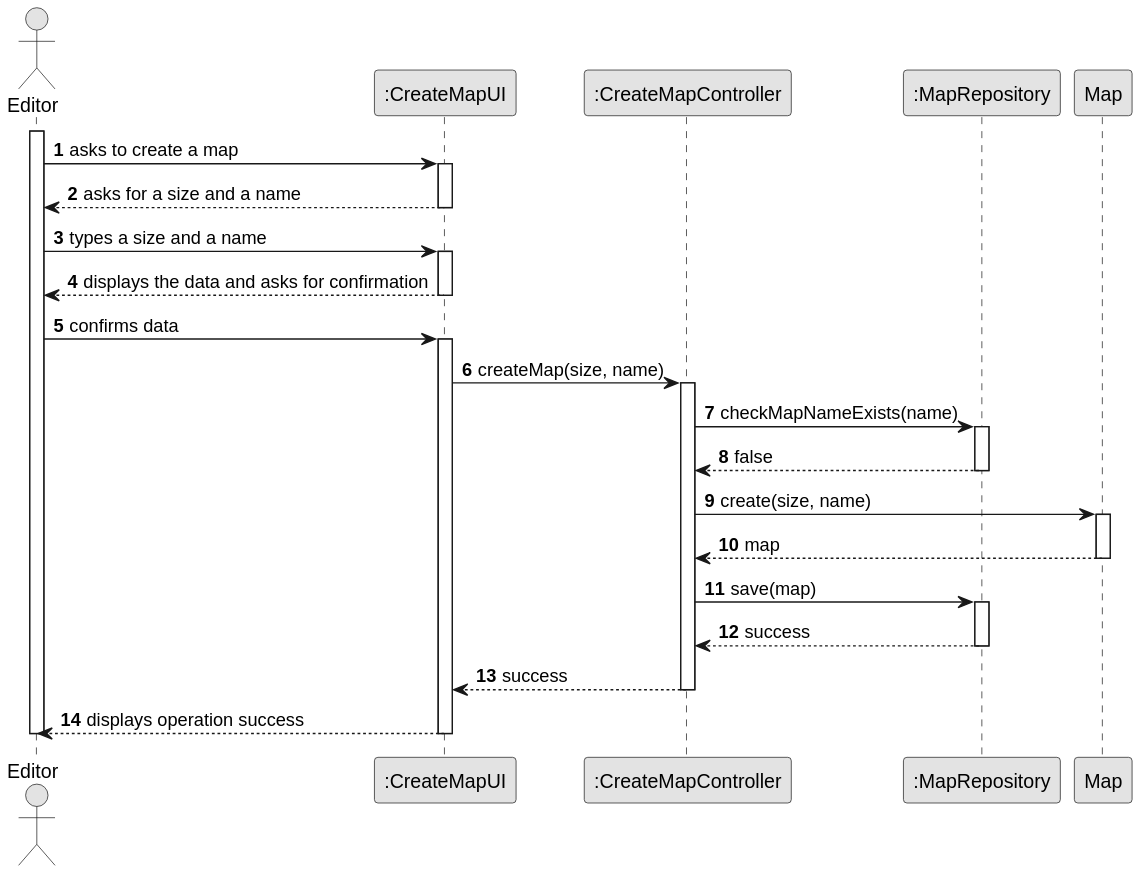
Above: Sprint2/US001/03.design/svg/US001-SD-full.svg in 1240935/pi2-railway-simulator (PlantUML), before the change. Source of this version:
```plantuml
@startuml
skinparam monochrome true
skinparam packageStyle rectangle
skinparam shadowing false

autonumber


    actor "Editor" as EDITOR
    participant ":CreateMapUI" as UI
    participant ":CreateMapController" as CTRL
    participant ":MapRepository" as MAP_REPO
    participant "Map" as MAP

    activate EDITOR

        EDITOR -> UI : asks to create a map
        activate UI

            UI --> EDITOR : asks for a size and a name
        deactivate UI

        EDITOR -> UI :  types a size and a name
        activate UI
            UI --> EDITOR : displays the data and asks for confirmation
        deactivate UI

        EDITOR -> UI : confirms data
        activate UI

            UI -> CTRL : createMap(size, name)
            activate CTRL

                CTRL -> MAP_REPO : checkMapNameExists(name)
                activate MAP_REPO
                    MAP_REPO --> CTRL : false
                deactivate MAP_REPO

                CTRL -> MAP : create(size, name)
                activate MAP
                    MAP --> CTRL : map
                deactivate MAP

                CTRL -> MAP_REPO : save(map)
                activate MAP_REPO
                    MAP_REPO --> CTRL : success
                deactivate MAP_REPO

            CTRL --> UI : success
            deactivate CTRL

            UI --> EDITOR : displays operation success
        deactivate UI

    deactivate EDITOR
    @enduml
```
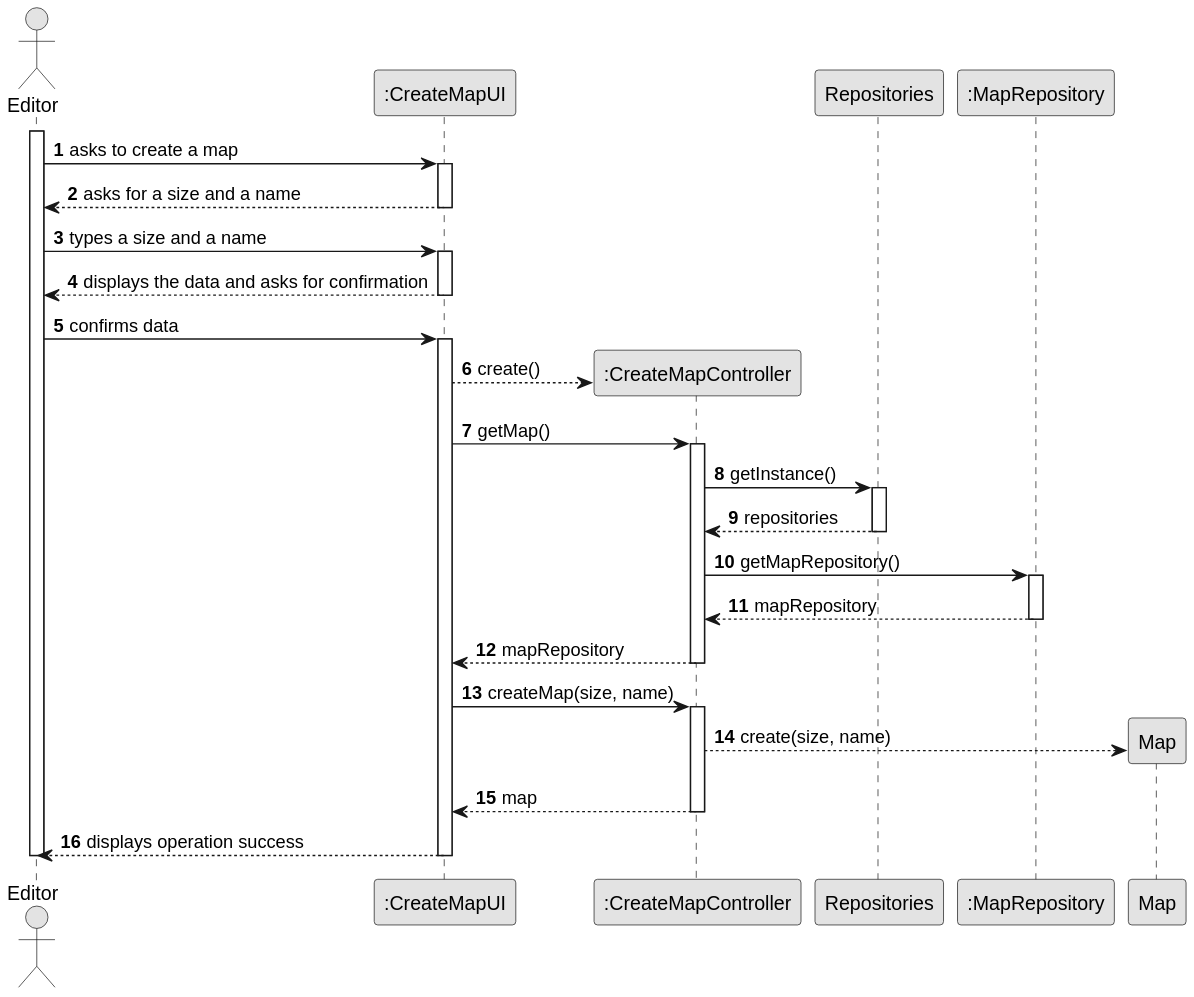
The same diagram one commit later.

What changed in the source:
```diff
@@ -9,6 +9,7 @@
     actor "Editor" as EDITOR
     participant ":CreateMapUI" as UI
     participant ":CreateMapController" as CTRL
+    participant "Repositories" as REPOS
     participant ":MapRepository" as MAP_REPO
     participant "Map" as MAP
 
@@ -27,28 +28,29 @@
 
         EDITOR -> UI : confirms data
         activate UI
+                    UI --> CTRL** : create()
+
+         UI -> CTRL : getMap()
+                    activate CTRL
+                        CTRL -> REPOS : getInstance()
+                        activate REPOS
+                            REPOS --> CTRL: repositories
+                        deactivate REPOS
+                        CTRL -> MAP_REPO : getMapRepository()
+                                        activate MAP_REPO
+                                            MAP_REPO --> CTRL: mapRepository
+                                        deactivate MAP_REPO
+                                        CTRL --> UI : mapRepository
+                                        deactivate CTRL
+
+
 
             UI -> CTRL : createMap(size, name)
             activate CTRL
+                CTRL --> MAP**: create(size, name)
 
-                CTRL -> MAP_REPO : checkMapNameExists(name)
-                activate MAP_REPO
-                    MAP_REPO --> CTRL : false
-                deactivate MAP_REPO
-
-                CTRL -> MAP : create(size, name)
-                activate MAP
-                    MAP --> CTRL : map
-                deactivate MAP
-
-                CTRL -> MAP_REPO : save(map)
-                activate MAP_REPO
-                    MAP_REPO --> CTRL : success
-                deactivate MAP_REPO
-
-            CTRL --> UI : success
-            deactivate CTRL
-
+                CTRL --> UI : map
+                deactivate CTRL
             UI --> EDITOR : displays operation success
         deactivate UI
 
```
